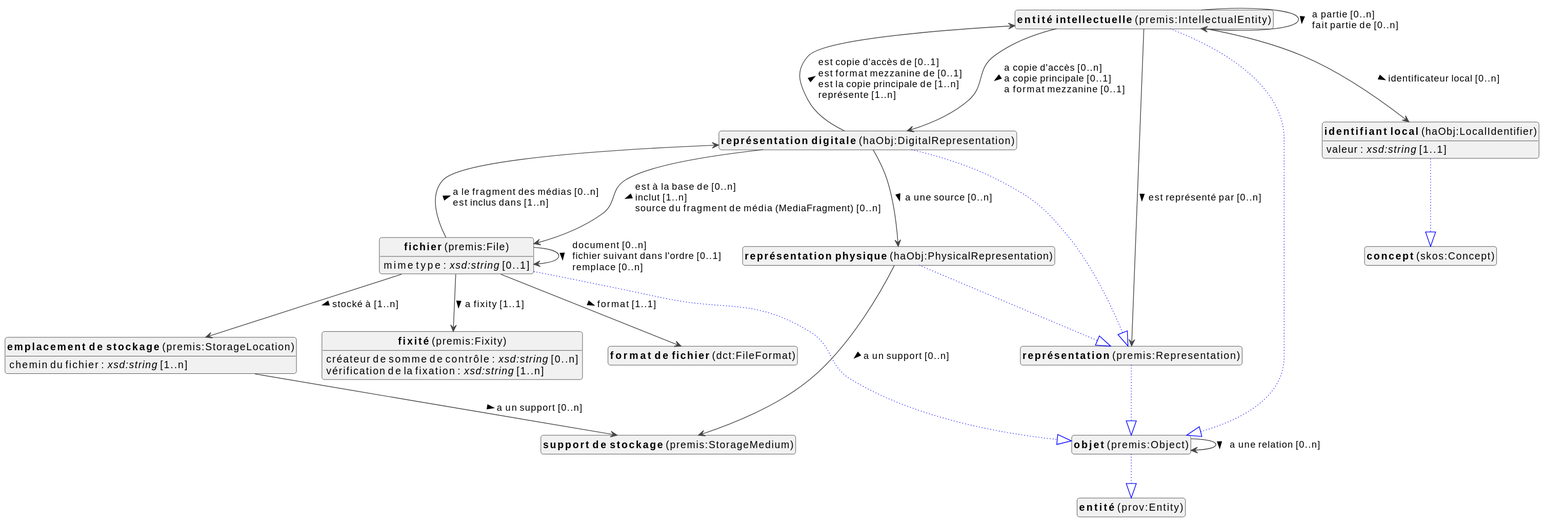
viaacode/documentation-jekyll keeps this PlantUML diagram as docs/metadata/knowledge-graph/0.0.1/object/fr/object-diagram.svg. Above is the earlier version.
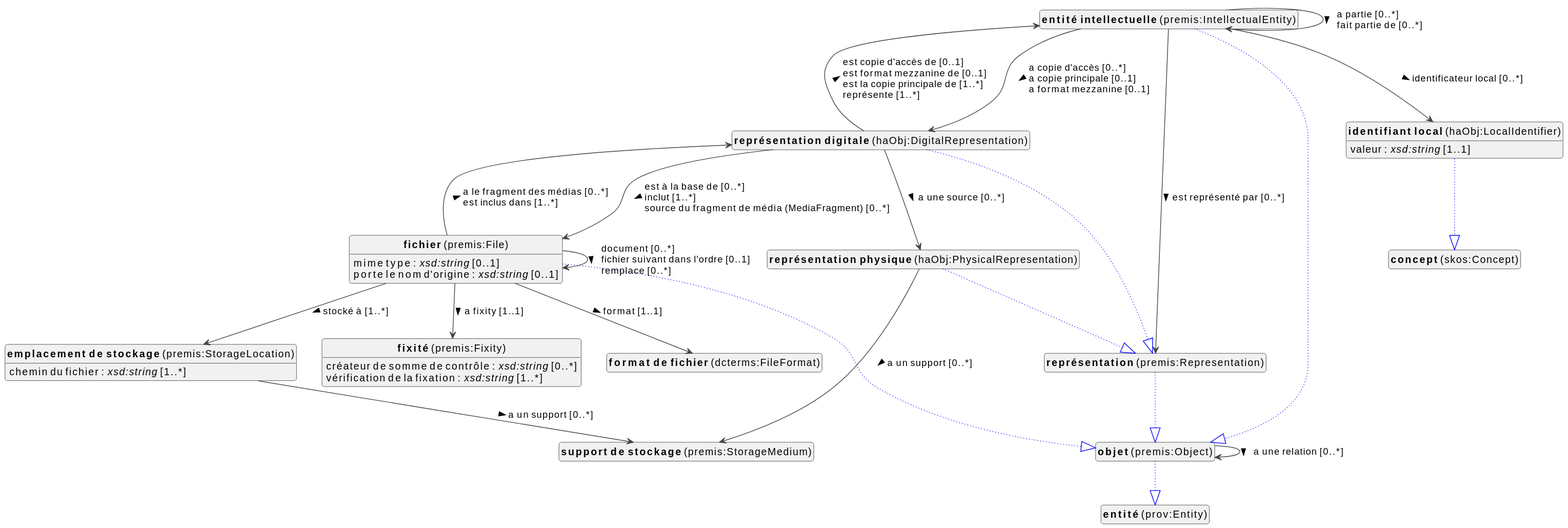
The same diagram one commit later.

The edit, as a diff of the source:
```diff
@@ -16,7 +16,7 @@
 class "<b>fichier</b> (premis:File)" as premis_File [[#premis%3AFile]]
 class "<b>objet</b> (premis:Object)" as premis_Object [[#premis%3AObject]]
 class "<b>fixité</b> (premis:Fixity)" as premis_Fixity [[#premis%3AFixity]]
-class "<b>format de fichier</b> (dct:FileFormat)" as dct_FileFormat [[#dct%3AFileFormat]]
+class "<b>format de fichier</b> (dcterms:FileFormat)" as dcterms_FileFormat [[#dcterms%3AFileFormat]]
 class "<b>identifiant local</b> (haObj:LocalIdentifier)" as haObj_LocalIdentifier [[#haObj%3ALocalIdentifier]]
 class "<b>concept</b> (skos:Concept)" as skos_Concept [[#skos%3AConcept]]
 class "<b>objet</b> (premis:Object)" as premis_Object [[#premis%3AObject]]
@@ -30,30 +30,33 @@
 class "<b>support de stockage</b> (premis:StorageMedium)" as premis_StorageMedium [[#premis%3AStorageMedium]]
 
 
-premis_StorageLocation : chemin du fichier : <i>xsd:string</i> [1..n]
-premis_StorageLocation --> premis_StorageMedium :a un support [0..n]  >
+premis_StorageLocation : chemin du fichier : <i>xsd:string</i> [1..*]
+premis_StorageLocation --> premis_StorageMedium :a un support [0..*]  >
 
 
 premis_IntellectualEntity --|> premis_Object #blue;line.dotted;text:blue
 
-premis_IntellectualEntity --> haObj_DigitalRepresentation :a copie d'accès [0..n]  \la copie principale [0..1]  \la format mezzanine [0..1]  >
-premis_IntellectualEntity --> haObj_LocalIdentifier :identificateur local [0..n]  >
-premis_IntellectualEntity --> premis_IntellectualEntity :a partie [0..n]  \lfait partie de [0..n]  >
-premis_IntellectualEntity --> premis_Representation :est représenté par [0..n]  >
+premis_IntellectualEntity --> haObj_DigitalRepresentation :a copie d'accès [0..*]  \la copie principale [0..1]  \la format mezzanine [0..1]  >
+premis_IntellectualEntity --> haObj_LocalIdentifier :identificateur local [0..*]  >
+premis_IntellectualEntity --> premis_IntellectualEntity :a partie [0..*]  \lfait partie de [0..*]  >
+premis_IntellectualEntity --> premis_Representation :est représenté par [0..*]  >
 
 premis_File --|> premis_Object #blue;line.dotted;text:blue
 
+premis_File : a une taille (du fichier) : <i>xsd:nonNegativeInteger</i> [0..1]
 premis_File : mime type : <i>xsd:string</i> [0..1]
-premis_File --> dct_FileFormat :format [1..1]  >
-premis_File --> haObj_DigitalRepresentation :a le fragment des médias [0..n]  \lest inclus dans [1..n]  >
-premis_File --> premis_File :document [0..n]  \lfichier suivant dans l'ordre [0..1]  \lremplace [0..n]  >
+premis_File : porte le nom d'origine : <i>xsd:string</i> [0..1]
+premis_File --> dcterms_FileFormat :format [1..1]  >
+premis_File --> haObj_DigitalRepresentation :a le fragment des médias [0..*]  \lest inclus dans [1..*]  >
+premis_File --> premis_File :document [0..*]  \lfichier suivant dans l'ordre [0..1]  \lremplace [0..*]  >
 premis_File --> premis_Fixity :a fixity [1..1]  >
-premis_File --> premis_StorageLocation :stocké à [1..n]  >
+premis_File --> premis_StorageLocation :stocké à [1..*]  >
 
 
 
-premis_Fixity : créateur de somme de contrôle : <i>xsd:string</i> [0..n]
-premis_Fixity : vérification de la fixation : <i>xsd:string</i> [1..n]
+
+premis_Fixity : créateur de somme de contrôle : <i>xsd:string</i> [0..*]
+premis_Fixity : vérification de la fixation : <i>xsd:string</i> [1..*]
 
 
 
@@ -65,20 +68,20 @@
 
 premis_Object --|> prov_Entity #blue;line.dotted;text:blue
 
-premis_Object --> premis_Object :a une relation [0..n]  >
+premis_Object --> premis_Object :a une relation [0..*]  >
 
 premis_Representation --|> premis_Object #blue;line.dotted;text:blue
 
 
 haObj_DigitalRepresentation --|> premis_Representation #blue;line.dotted;text:blue
 
-haObj_DigitalRepresentation --> haObj_PhysicalRepresentation :a une source [0..n]  >
-haObj_DigitalRepresentation --> premis_File :est à la base de [0..n]  \linclut [1..n]  \lsource du fragment de média (MediaFragment) [0..n]  >
-haObj_DigitalRepresentation --> premis_IntellectualEntity :est copie d'accès de [0..1]  \lest format mezzanine de [0..1]  \lest la copie principale de [1..n]  \lreprésente [1..n]  >
+haObj_DigitalRepresentation --> haObj_PhysicalRepresentation :a une source [0..*]  >
+haObj_DigitalRepresentation --> premis_File :est à la base de [0..*]  \linclut [1..*]  \lsource du fragment de média (MediaFragment) [0..*]  >
+haObj_DigitalRepresentation --> premis_IntellectualEntity :est copie d'accès de [0..1]  \lest format mezzanine de [0..1]  \lest la copie principale de [1..*]  \lreprésente [1..*]  >
 
 haObj_PhysicalRepresentation --|> premis_Representation #blue;line.dotted;text:blue
 
-haObj_PhysicalRepresentation --> premis_StorageMedium :a un support [0..n]  >
+haObj_PhysicalRepresentation --> premis_StorageMedium :a un support [0..*]  >
 
 
 
```
